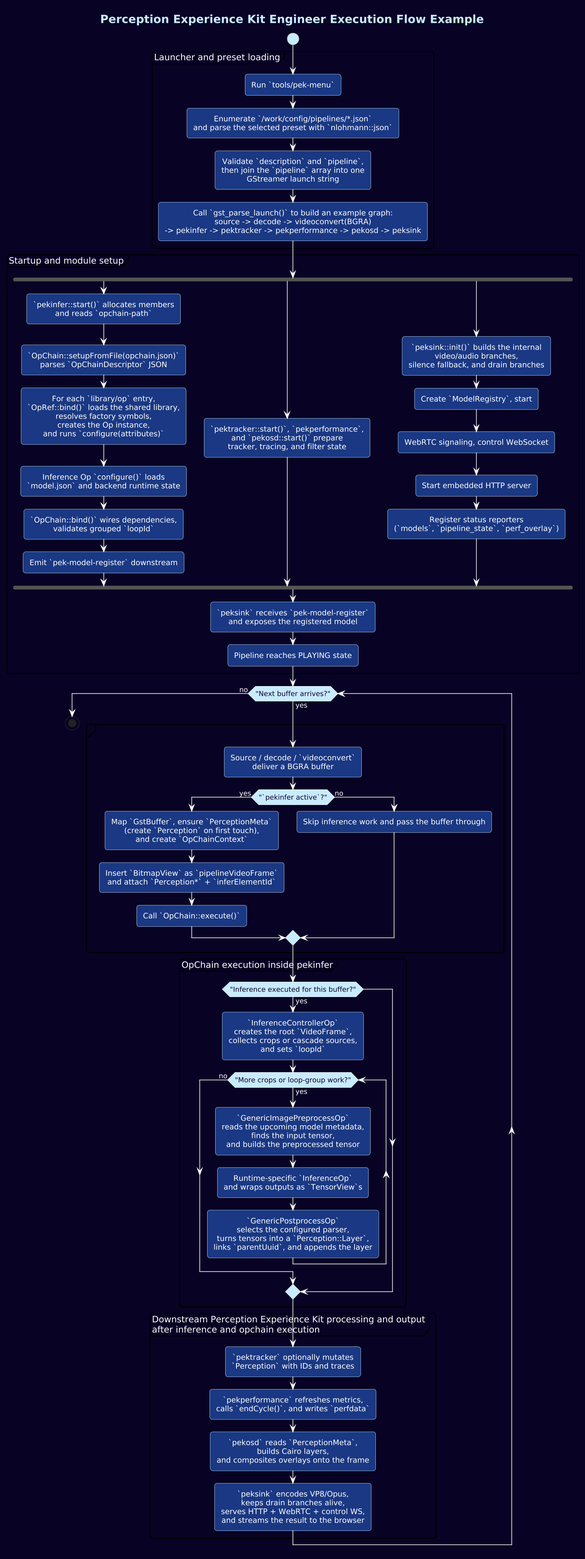
arm/open-perception-kit keeps this PlantUML diagram as docs/public/static/img/execution-flow.png. Above is the earlier version.
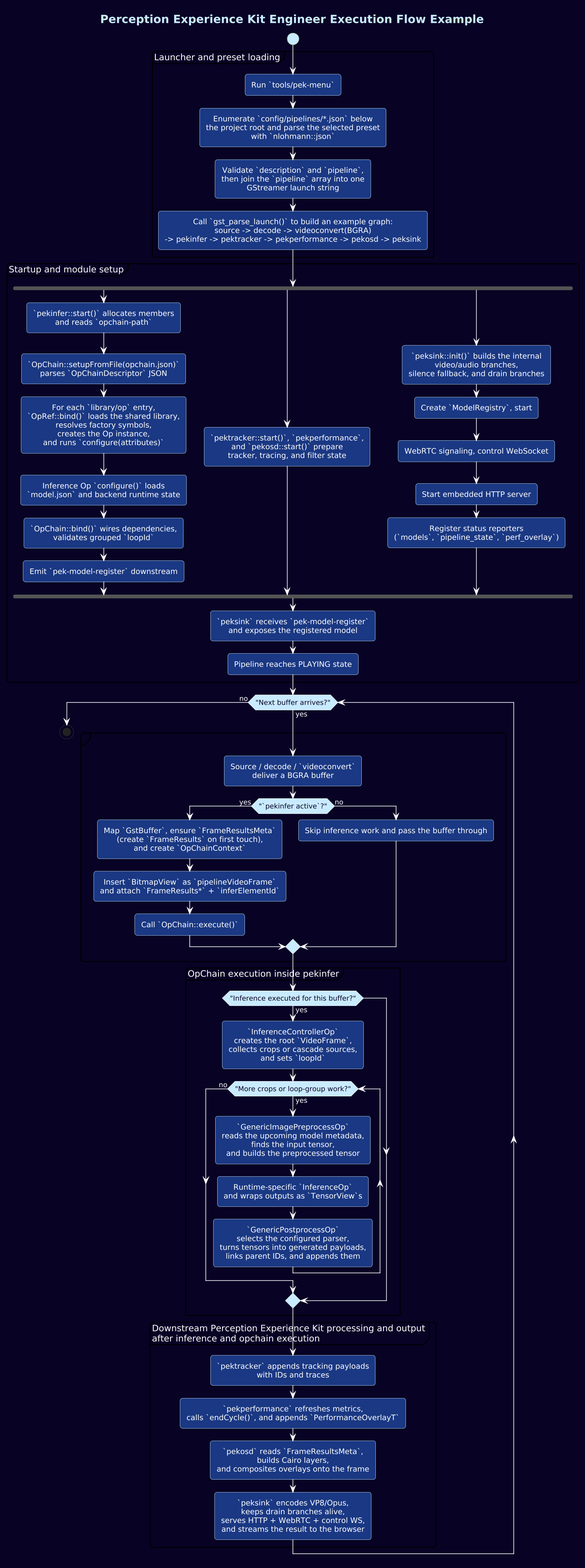
After the commit.

Commit message:
PEK_PROJECT_ROOT awareness Task: EXPKITS-1231

Change to the diagram source:
```diff
@@ -7,7 +7,7 @@
 
 partition "Launcher and preset loading" {
   :Run `tools/pek-menu`;
-  :Enumerate `/work/config/pipelines/*.json`\nand parse the selected preset with `nlohmann::json`;
+  :Enumerate `config/pipelines/*.json` below\nthe project root and parse the selected preset\nwith `nlohmann::json`;
   :Validate `description` and `pipeline`,\nthen join the `pipeline` array into one\nGStreamer launch string;
   :Call `gst_parse_launch()` to build an example graph:\nsource -> decode -> videoconvert(BGRA)\n-> pekinfer -> pektracker -> pekperformance -> pekosd -> peksink;
 }
@@ -37,8 +37,8 @@
   partition "" {
     :Source / decode / `videoconvert`\ndeliver a BGRA buffer;
     if ("`pekinfer active`?") then (yes)
-      :Map `GstBuffer`, ensure `PerceptionMeta`\n(create `Perception` on first touch),\nand create `OpChainContext`;
-      :Insert `BitmapView` as `pipelineVideoFrame`\nand attach `Perception*` + `inferElementId`;
+      :Map `GstBuffer`, ensure `FrameResultsMeta`\n(create `FrameResults` on first touch),\nand create `OpChainContext`;
+      :Insert `BitmapView` as `pipelineVideoFrame`\nand attach `FrameResults*` + `inferElementId`;
       :Call `OpChain::execute()`;
     else (no)
       :Skip inference work and pass the buffer through;
@@ -51,15 +51,15 @@
       while ("More crops or loop-group work?") is (yes)
         :`GenericImagePreprocessOp`\nreads the upcoming model metadata,\nfinds the input tensor,\nand builds the preprocessed tensor;
         :Runtime-specific `InferenceOp`\nand wraps outputs as `TensorView`s;
-        :`GenericPostprocessOp`\nselects the configured parser,\nturns tensors into a `Perception::Layer`,\nlinks `parentUuid`, and appends the layer;
+        :`GenericPostprocessOp`\nselects the configured parser,\nturns tensors into generated payloads,\nlinks parent IDs, and appends them;
       endwhile (no)
     endif
   }
 
   partition "Downstream Perception Experience Kit processing and output\nafter inference and opchain execution" {
-    :`pektracker` optionally mutates\n`Perception` with IDs and traces;
-    :`pekperformance` refreshes metrics,\ncalls `endCycle()`, and writes `perfdata`;
-    :`pekosd` reads `PerceptionMeta`,\nbuilds Cairo layers,\nand composites overlays onto the frame;
+    :`pektracker` appends tracking payloads\nwith IDs and traces;
+    :`pekperformance` refreshes metrics,\ncalls `endCycle()`, and appends `PerformanceOverlayT`;
+    :`pekosd` reads `FrameResultsMeta`,\nbuilds Cairo layers,\nand composites overlays onto the frame;
     :`peksink` encodes VP8/Opus,\nkeeps drain branches alive,\nserves HTTP + WebRTC + control WS,\nand streams the result to the browser;
   }
 endwhile (no)
```
